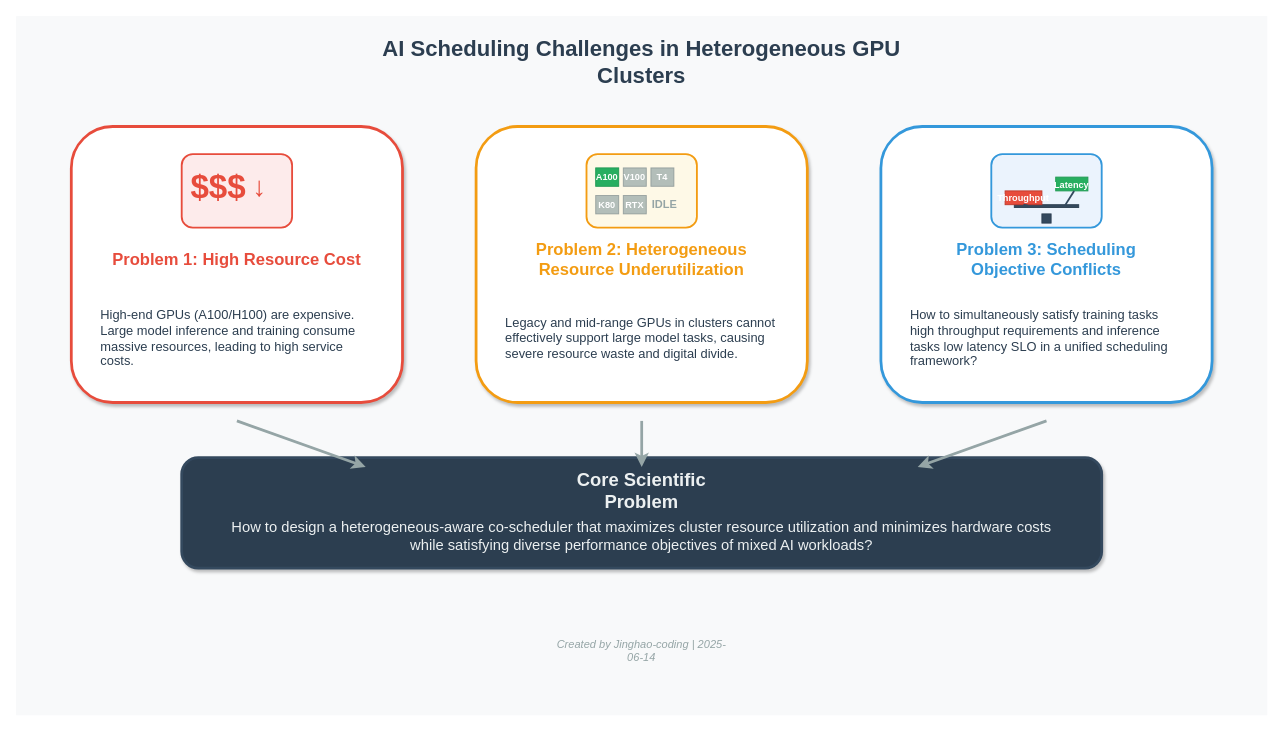
Before: drawio_figs/buaa_proposal/研究内容4问题描述图.drawio in Jinghao-coding/paperstudy, a draw.io diagram. Source tidied: cells renumbered, new cells numbered last; positions are measured from the earlier drawing's top-left corner, leaving out a move shared by most shapes. Both pictures are drawn from the tidied source at 92%, with x=0, y=0 at pixel (16, 16).
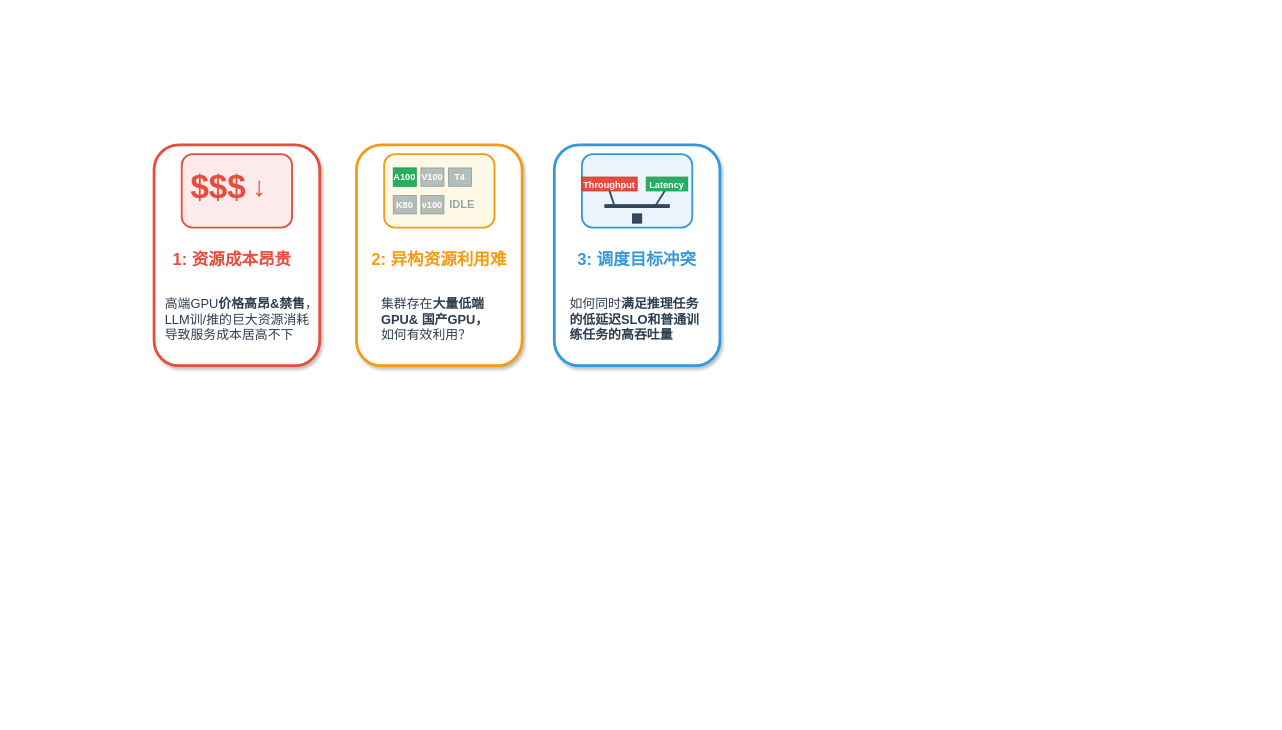
Above is the later version.

Commit message:
更新研究内容4问题描述图.drawio

Change to the diagram source:
```diff
@@
-    <mxCell id="2" style="rounded=0;whiteSpace=wrap;html=1;fillColor=#f8f9fa;strokeColor=none;" parent="1" vertex="1">
-      <mxGeometry width="1360" height="760" as="geometry" />
-    </mxCell>
-    <mxCell id="3" value="AI Scheduling Challenges in Heterogeneous GPU Clusters" style="text;html=1;strokeColor=none;fillColor=none;align=center;verticalAlign=middle;whiteSpace=wrap;rounded=0;fontSize=24;fontStyle=1;fontColor=#2c3e50;" parent="1" vertex="1">
-      <mxGeometry x="380" y="30" width="600" height="40" as="geometry" />
-    </mxCell>
     <mxCell id="4" style="rounded=1;whiteSpace=wrap;html=1;fillColor=#ffffff;strokeColor=#e74c3c;strokeWidth=3;shadow=1;" parent="1" vertex="1">
-      <mxGeometry x="60" y="120" width="360" height="300" as="geometry" />
+      <mxGeometry x="150" y="140" width="180" height="240" as="geometry" />
     </mxCell>
@@
-    <mxCell id="8" value="Problem 1: High Resource Cost" style="text;html=1;strokeColor=none;fillColor=none;align=center;verticalAlign=middle;whiteSpace=wrap;rounded=0;fontSize=18;fontStyle=1;fontColor=#e74c3c;" parent="1" vertex="1">
-      <mxGeometry x="100" y="250" width="280" height="30" as="geometry" />
+    <mxCell id="8" value="1: 资源成本昂贵" style="text;html=1;strokeColor=none;fillColor=none;align=center;verticalAlign=middle;whiteSpace=wrap;rounded=0;fontSize=18;fontStyle=1;fontColor=#e74c3c;" parent="1" vertex="1">
+      <mxGeometry x="150" y="250" width="170" height="30" as="geometry" />
     </mxCell>
-    <mxCell id="9" value="High-end GPUs (A100/H100) are expensive. Large model inference and training consume massive resources, leading to high service costs." style="text;html=1;strokeColor=none;fillColor=none;align=left;verticalAlign=middle;whiteSpace=wrap;rounded=0;fontSize=14;fontColor=#2c3e50;spacingLeft=10;spacingRight=10;" parent="1" vertex="1">
-      <mxGeometry x="80" y="300" width="320" height="100" as="geometry" />
+    <mxCell id="9" value="高端GPU&lt;b&gt;价格高昂&amp;amp;禁售&lt;/b&gt;，LLM训/推的巨大资源消耗导致服务成本居高不下" style="text;html=1;strokeColor=none;fillColor=none;align=left;verticalAlign=middle;whiteSpace=wrap;rounded=0;fontSize=14;fontColor=#2c3e50;spacingLeft=10;spacingRight=10;" parent="1" vertex="1">
+      <mxGeometry x="150" y="280" width="190" height="100" as="geometry" />
     </mxCell>
     <mxCell id="10" style="rounded=1;whiteSpace=wrap;html=1;fillColor=#ffffff;strokeColor=#f39c12;strokeWidth=3;shadow=1;" parent="1" vertex="1">
-      <mxGeometry x="500" y="120" width="360" height="300" as="geometry" />
+      <mxGeometry x="370" y="140" width="180" height="240" as="geometry" />
     </mxCell>
     <mxCell id="11" style="rounded=1;whiteSpace=wrap;html=1;fillColor=#fef9e7;strokeColor=#f39c12;strokeWidth=2;" parent="1" vertex="1">
-      <mxGeometry x="620" y="150" width="120" height="80" as="geometry" />
+      <mxGeometry x="400" y="150" width="120" height="80" as="geometry" />
     </mxCell>
     <mxCell id="12" value="A100" style="rounded=0;whiteSpace=wrap;html=1;fillColor=#27ae60;strokeColor=#229954;fontSize=10;fontStyle=1;fontColor=#ffffff;" parent="1" vertex="1">
-      <mxGeometry x="630" y="165" width="25" height="20" as="geometry" />
+      <mxGeometry x="410" y="165" width="25" height="20" as="geometry" />
     </mxCell>
     <mxCell id="13" value="V100" style="rounded=0;whiteSpace=wrap;html=1;fillColor=#95a5a6;strokeColor=#7f8c8d;fontSize=10;fontStyle=1;fontColor=#ffffff;opacity=70;" parent="1" vertex="1">
-      <mxGeometry x="660" y="165" width="25" height="20" as="geometry" />
+      <mxGeometry x="440" y="165" width="25" height="20" as="geometry" />
     </mxCell>
     <mxCell id="14" value="T4" style="rounded=0;whiteSpace=wrap;html=1;fillColor=#95a5a6;strokeColor=#7f8c8d;fontSize=10;fontStyle=1;fontColor=#ffffff;opacity=70;" parent="1" vertex="1">
-      <mxGeometry x="690" y="165" width="25" height="20" as="geometry" />
+      <mxGeometry x="470" y="165" width="25" height="20" as="geometry" />
     </mxCell>
     <mxCell id="15" value="K80" style="rounded=0;whiteSpace=wrap;html=1;fillColor=#95a5a6;strokeColor=#7f8c8d;fontSize=10;fontStyle=1;fontColor=#ffffff;opacity=70;" parent="1" vertex="1">
-      <mxGeometry x="630" y="195" width="25" height="20" as="geometry" />
+      <mxGeometry x="410" y="195" width="25" height="20" as="geometry" />
     </mxCell>
-    <mxCell id="16" value="RTX" style="rounded=0;whiteSpace=wrap;html=1;fillColor=#95a5a6;strokeColor=#7f8c8d;fontSize=10;fontStyle=1;fontColor=#ffffff;opacity=70;" parent="1" vertex="1">
-      <mxGeometry x="660" y="195" width="25" height="20" as="geometry" />
+    <mxCell id="16" value="v100" style="rounded=0;whiteSpace=wrap;html=1;fillColor=#95a5a6;strokeColor=#7f8c8d;fontSize=10;fontStyle=1;fontColor=#ffffff;opacity=70;" parent="1" vertex="1">
+      <mxGeometry x="440" y="195" width="25" height="20" as="geometry" />
     </mxCell>
     <mxCell id="17" value="IDLE" style="text;html=1;strokeColor=none;fillColor=none;align=center;verticalAlign=middle;whiteSpace=wrap;rounded=0;fontSize=12;fontColor=#95a5a6;fontStyle=1;" parent="1" vertex="1">
-      <mxGeometry x="690" y="195" width="30" height="20" as="geometry" />
+      <mxGeometry x="470" y="195" width="30" height="20" as="geometry" />
     </mxCell>
-    <mxCell id="18" value="Problem 2: Heterogeneous Resource Underutilization" style="text;html=1;strokeColor=none;fillColor=none;align=center;verticalAlign=middle;whiteSpace=wrap;rounded=0;fontSize=18;fontStyle=1;fontColor=#f39c12;" parent="1" vertex="1">
-      <mxGeometry x="540" y="250" width="280" height="30" as="geometry" />
+    <mxCell id="18" value="2: 异构资源利用难" style="text;html=1;strokeColor=none;fillColor=none;align=center;verticalAlign=middle;whiteSpace=wrap;rounded=0;fontSize=18;fontStyle=1;fontColor=#f39c12;" parent="1" vertex="1">
+      <mxGeometry x="370" y="250" width="180" height="30" as="geometry" />
     </mxCell>
-    <mxCell id="19" value="Legacy and mid-range GPUs in clusters cannot effectively support large model tasks, causing severe resource waste and digital divide." style="text;html=1;strokeColor=none;fillColor=none;align=left;verticalAlign=middle;whiteSpace=wrap;rounded=0;fontSize=14;fontColor=#2c3e50;spacingLeft=10;spacingRight=10;" parent="1" vertex="1">
-      <mxGeometry x="520" y="300" width="320" height="100" as="geometry" />
+    <mxCell id="19" value="集群存在&lt;b&gt;大量低端GPU&amp;amp; 国产GPU，&lt;/b&gt;如何有效利用？" style="text;html=1;strokeColor=none;fillColor=none;align=left;verticalAlign=middle;whiteSpace=wrap;rounded=0;fontSize=14;fontColor=#2c3e50;spacingLeft=10;spacingRight=10;" parent="1" vertex="1">
+      <mxGeometry x="385" y="290" width="150" height="80" as="geometry" />
     </mxCell>
     <mxCell id="20" style="rounded=1;whiteSpace=wrap;html=1;fillColor=#ffffff;strokeColor=#3498db;strokeWidth=3;shadow=1;" parent="1" vertex="1">
-      <mxGeometry x="940" y="120" width="360" height="300" as="geometry" />
+      <mxGeometry x="585" y="140" width="180" height="240" as="geometry" />
     </mxCell>
     <mxCell id="21" style="rounded=1;whiteSpace=wrap;html=1;fillColor=#ebf3fd;strokeColor=#3498db;strokeWidth=2;" parent="1" vertex="1">
-      <mxGeometry x="1060" y="150" width="120" height="80" as="geometry" />
+      <mxGeometry x="615" y="150" width="120" height="80" as="geometry" />
     </mxCell>
     <mxCell id="22" style="rounded=0;whiteSpace=wrap;html=1;fillColor=#34495e;strokeColor=#2c3e50;" parent="1" vertex="1">
-      <mxGeometry x="1115" y="215" width="10" height="10" as="geometry" />
+      <mxGeometry x="670" y="215" width="10" height="10" as="geometry" />
     </mxCell>
     <mxCell id="23" style="rounded=0;whiteSpace=wrap;html=1;fillColor=#34495e;strokeColor=#2c3e50;" parent="1" vertex="1">
-      <mxGeometry x="1085" y="205" width="70" height="3" as="geometry" />
+      <mxGeometry x="640" y="205" width="70" height="3" as="geometry" />
     </mxCell>
     <mxCell id="24" value="Throughput" style="rounded=0;whiteSpace=wrap;html=1;fillColor=#e74c3c;strokeColor=#c0392b;fontSize=10;fontStyle=1;fontColor=#ffffff;" parent="1" vertex="1">
-      <mxGeometry x="1075" y="190" width="40" height="15" as="geometry" />
+      <mxGeometry x="615" y="175" width="60" height="15" as="geometry" />
     </mxCell>
     <mxCell id="25" value="Latency" style="rounded=0;whiteSpace=wrap;html=1;fillColor=#27ae60;strokeColor=#229954;fontSize=10;fontStyle=1;fontColor=#ffffff;" parent="1" vertex="1">
-      <mxGeometry x="1130" y="175" width="35" height="15" as="geometry" />
+      <mxGeometry x="685" y="175" width="45" height="15" as="geometry" />
     </mxCell>
-    <mxCell id="26" style="endArrow=none;html=1;rounded=0;strokeWidth=2;strokeColor=#34495e;" parent="1" edge="1">
+    <mxCell id="26" style="endArrow=none;html=1;rounded=0;strokeWidth=2;strokeColor=#34495e;exitX=0.5;exitY=1;exitDx=0;exitDy=0;" parent="1" edge="1" source="24">
       <mxGeometry relative="1" as="geometry">
-        <mxPoint x="1100" y="206" as="sourcePoint" />
-        <mxPoint x="1095" y="205" as="targetPoint" />
+        <mxPoint x="650" y="205" as="targetPoint" />
       </mxGeometry>
     </mxCell>
     <mxCell id="27" style="endArrow=none;html=1;rounded=0;strokeWidth=2;strokeColor=#34495e;" parent="1" edge="1">
       <mxGeometry relative="1" as="geometry">
-        <mxPoint x="1140" y="206" as="sourcePoint" />
-        <mxPoint x="1150" y="190" as="targetPoint" />
+        <mxPoint x="695" y="206" as="sourcePoint" />
+        <mxPoint x="705" y="190" as="targetPoint" />
       </mxGeometry>
     </mxCell>
-    <mxCell id="28" value="Problem 3: Scheduling Objective Conflicts" style="text;html=1;strokeColor=none;fillColor=none;align=center;verticalAlign=middle;whiteSpace=wrap;rounded=0;fontSize=18;fontStyle=1;fontColor=#3498db;" parent="1" vertex="1">
-      <mxGeometry x="980" y="250" width="280" height="30" as="geometry" />
+    <mxCell id="28" value="3: 调度目标冲突" style="text;html=1;strokeColor=none;fillColor=none;align=center;verticalAlign=middle;whiteSpace=wrap;rounded=0;fontSize=18;fontStyle=1;fontColor=#3498db;" parent="1" vertex="1">
+      <mxGeometry x="590" y="250" width="170" height="30" as="geometry" />
     </mxCell>
-    <mxCell id="29" value="How to simultaneously satisfy training tasks high throughput requirements and inference tasks low latency SLO in a unified scheduling framework?" style="text;html=1;strokeColor=none;fillColor=none;align=left;verticalAlign=middle;whiteSpace=wrap;rounded=0;fontSize=14;fontColor=#2c3e50;spacingLeft=10;spacingRight=10;" parent="1" vertex="1">
-      <mxGeometry x="960" y="300" width="320" height="100" as="geometry" />
+    <mxCell id="29" value="如何同时&lt;b&gt;满足推理任务的低延迟SLO和普通训练任务的高吞吐量&lt;/b&gt;" style="text;html=1;strokeColor=none;fillColor=none;align=left;verticalAlign=middle;whiteSpace=wrap;rounded=0;fontSize=14;fontColor=#2c3e50;spacingLeft=10;spacingRight=10;" parent="1" vertex="1">
+      <mxGeometry x="590" y="280" width="170" height="100" as="geometry" />
     </mxCell>
-    <mxCell id="30" style="rounded=1;whiteSpace=wrap;html=1;fillColor=#2c3e50;strokeColor=#34495e;strokeWidth=3;shadow=1;" parent="1" vertex="1">
-      <mxGeometry x="180" y="480" width="1000" height="120" as="geometry" />
-    </mxCell>
-    <mxCell id="31" value="Core Scientific Problem" style="text;html=1;strokeColor=none;fillColor=none;align=center;verticalAlign=middle;whiteSpace=wrap;rounded=0;fontSize=20;fontStyle=1;fontColor=#ecf0f1;" parent="1" vertex="1">
-      <mxGeometry x="580" y="500" width="200" height="30" as="geometry" />
-    </mxCell>
-    <mxCell id="32" value="How to design a heterogeneous-aware co-scheduler that maximizes cluster resource utilization and minimizes hardware costs while satisfying diverse performance objectives of mixed AI workloads?" style="text;html=1;strokeColor=none;fillColor=none;align=center;verticalAlign=middle;whiteSpace=wrap;rounded=0;fontSize=16;fontColor=#ecf0f1;spacingLeft=20;spacingRight=20;" parent="1" vertex="1">
-      <mxGeometry x="200" y="540" width="960" height="50" as="geometry" />
-    </mxCell>
-    <mxCell id="33" style="endArrow=classic;html=1;rounded=1;strokeWidth=3;strokeColor=#95a5a6;curved=1;" parent="1" edge="1">
-      <mxGeometry relative="1" as="geometry">
-        <mxPoint x="240" y="440" as="sourcePoint" />
-        <mxPoint x="380" y="490" as="targetPoint" />
-      </mxGeometry>
-    </mxCell>
-    <mxCell id="34" style="endArrow=classic;html=1;rounded=1;strokeWidth=3;strokeColor=#95a5a6;curved=1;" parent="1" edge="1">
-      <mxGeometry relative="1" as="geometry">
-        <mxPoint x="680" y="440" as="sourcePoint" />
-        <mxPoint x="680" y="490" as="targetPoint" />
-      </mxGeometry>
-    </mxCell>
-    <mxCell id="35" style="endArrow=classic;html=1;rounded=1;strokeWidth=3;strokeColor=#95a5a6;curved=1;" parent="1" edge="1">
-      <mxGeometry relative="1" as="geometry">
-        <mxPoint x="1120" y="440" as="sourcePoint" />
-        <mxPoint x="980" y="490" as="targetPoint" />
-      </mxGeometry>
-    </mxCell>
-    <mxCell id="36" value="Created by Jinghao-coding | 2025-06-14" style="text;html=1;strokeColor=none;fillColor=none;align=center;verticalAlign=middle;whiteSpace=wrap;rounded=0;fontSize=12;fontColor=#95a5a6;fontStyle=2;" parent="1" vertex="1">
-      <mxGeometry x="580" y="680" width="200" height="20" as="geometry" />
-    </mxCell>
```
